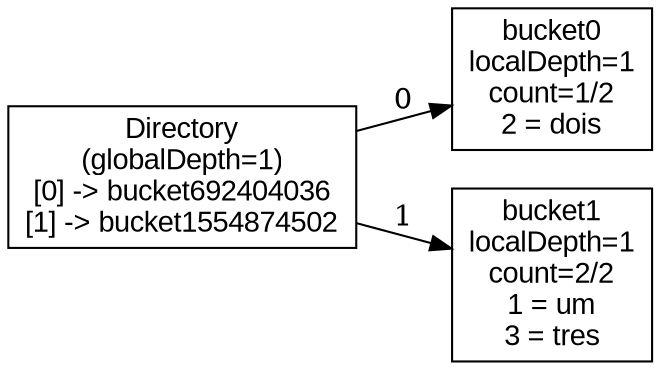
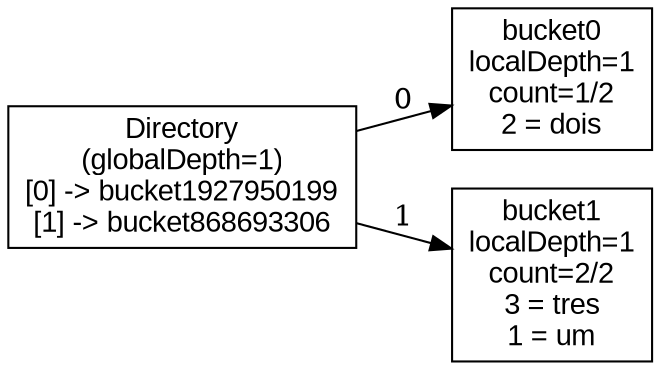
digraph "test3_split" {
  rankdir=LR;
  node [shape=box, fontname=Arial];
-   dir [label="Directory\n(globalDepth=1)\n[0] -> bucket692404036\n[1] -> bucket1554874502\n"];
+   dir [label="Directory\n(globalDepth=1)\n[0] -> bucket1927950199\n[1] -> bucket868693306\n"];
  bucket0 [label="bucket0\nlocalDepth=1\ncount=1/2\n2 = dois\n"];
-   bucket1 [label="bucket1\nlocalDepth=1\ncount=2/2\n1 = um\n3 = tres\n"];
+   bucket1 [label="bucket1\nlocalDepth=1\ncount=2/2\n3 = tres\n1 = um\n"];
  dir -> bucket0 [label="0"];
  dir -> bucket1 [label="1"];
}
